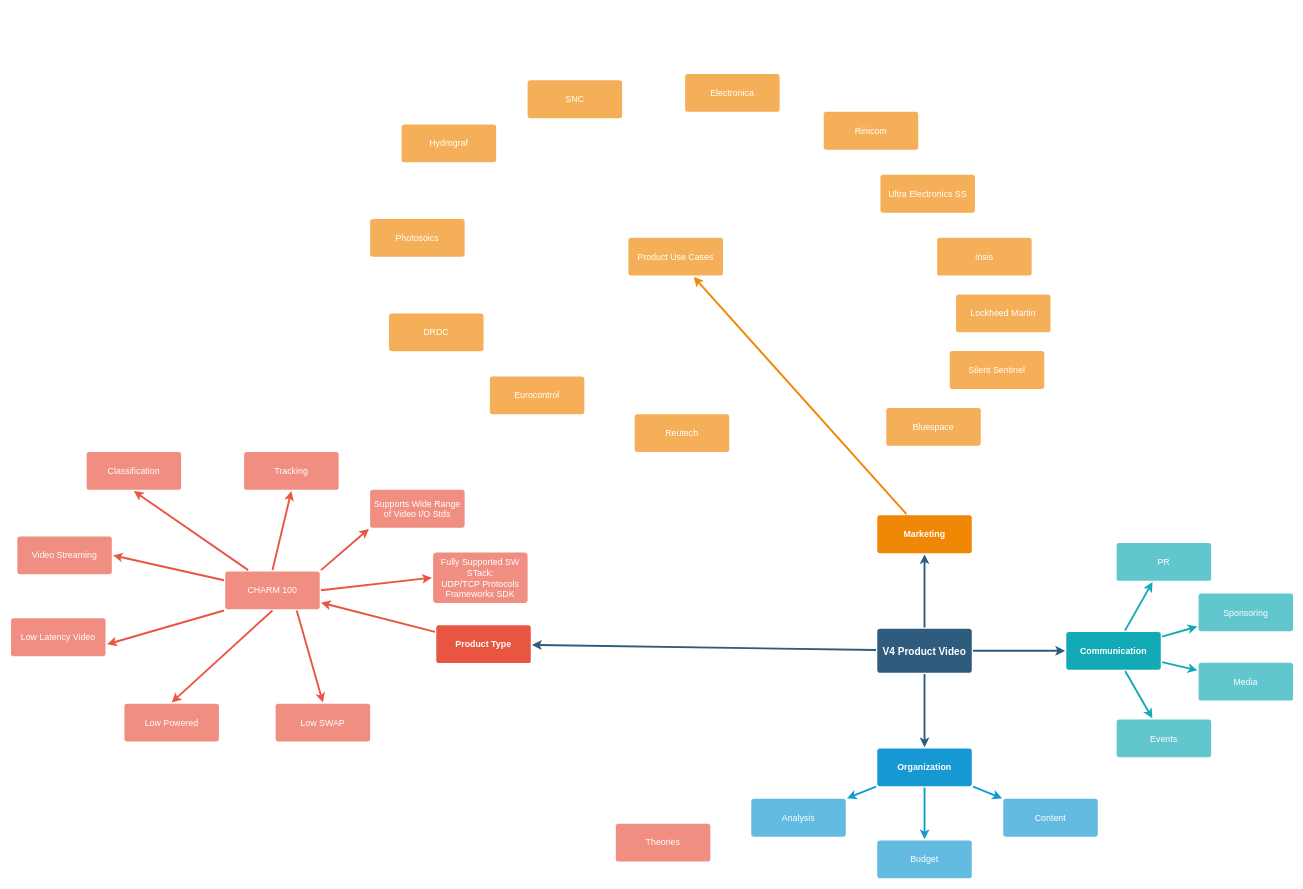
Before: v4_product_video.drawio in mj8ac/hello-world, a draw.io diagram. Source tidied: cells renumbered, new cells numbered last; positions are measured from the earlier drawing's top-left corner, leaving out a move shared by most shapes. Both pictures are drawn from the tidied source at 63%, with x=0, y=0 at pixel (11, 74).
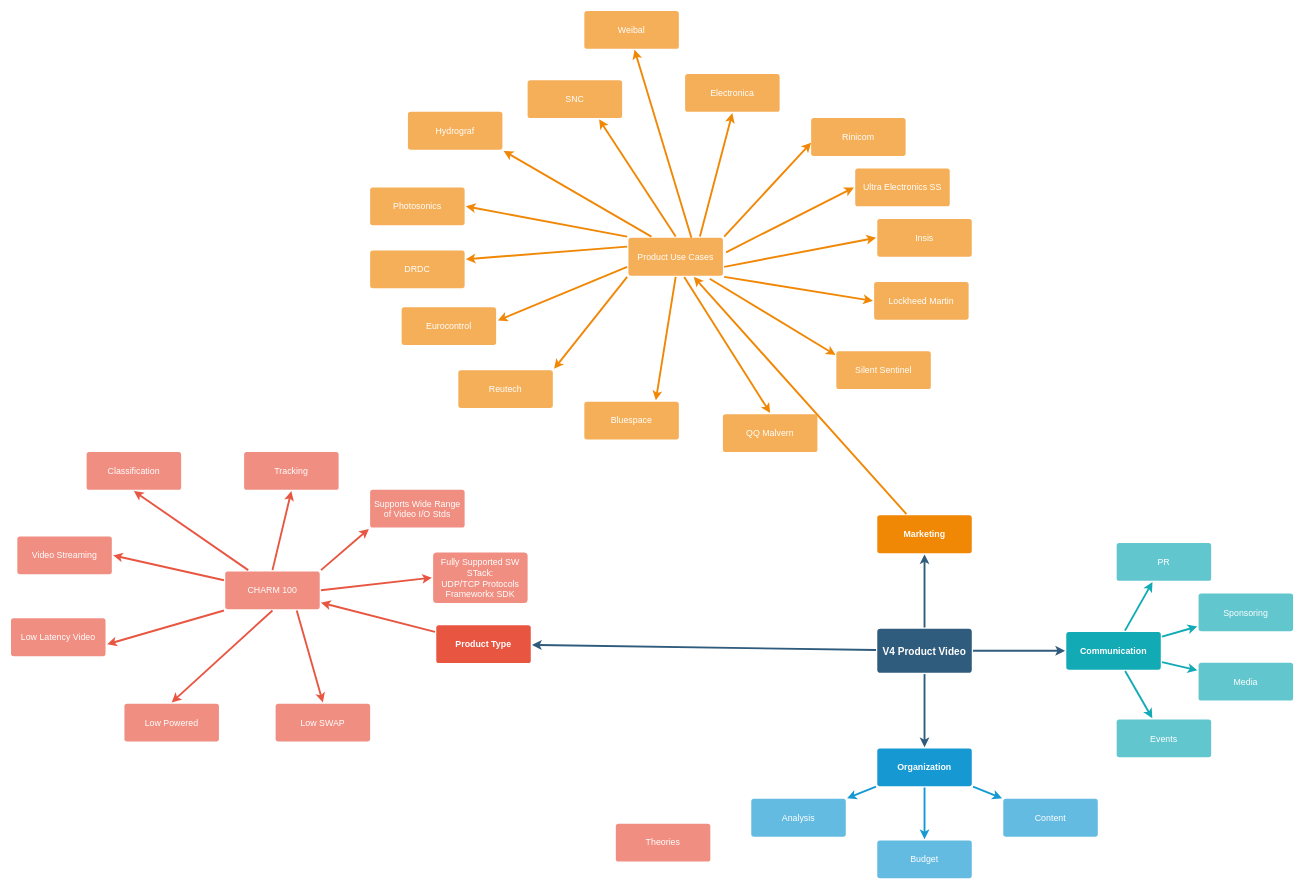
After the change.

The change refers to these unchanged cells:
```xml
<mxCell id="19" value="Product Use Cases" style="rounded=1;whiteSpace=wrap;html=1;shadow=0;labelBackgroundColor=none;strokeColor=none;strokeWidth=3;fillColor=#f5af58;fontFamily=Helvetica;fontSize=14;fontColor=#FFFFFF;align=center;spacing=5;arcSize=7;perimeterSpacing=2;" parent="1" vertex="1">
  <mxGeometry x="980" y="260" width="150" height="60" as="geometry" />
</mxCell>
<mxCell id="46" value="SNC" style="rounded=1;whiteSpace=wrap;html=1;shadow=0;labelBackgroundColor=none;strokeColor=none;strokeWidth=3;fillColor=#f5af58;fontFamily=Helvetica;fontSize=14;fontColor=#FFFFFF;align=center;spacing=5;arcSize=7;perimeterSpacing=2;" parent="1" vertex="1">
  <mxGeometry x="820" y="10" width="150" height="60" as="geometry" />
</mxCell>
<mxCell id="48" value="Electronica" style="rounded=1;whiteSpace=wrap;html=1;shadow=0;labelBackgroundColor=none;strokeColor=none;strokeWidth=3;fillColor=#f5af58;fontFamily=Helvetica;fontSize=14;fontColor=#FFFFFF;align=center;spacing=5;arcSize=7;perimeterSpacing=2;" parent="1" vertex="1">
  <mxGeometry x="1070" width="150" height="60" as="geometry" />
</mxCell>
```

Change to the diagram source:
```diff
@@
     <mxCell id="47" value="Hydrograf" style="rounded=1;whiteSpace=wrap;html=1;shadow=0;labelBackgroundColor=none;strokeColor=none;strokeWidth=3;fillColor=#f5af58;fontFamily=Helvetica;fontSize=14;fontColor=#FFFFFF;align=center;spacing=5;arcSize=7;perimeterSpacing=2;" parent="1" vertex="1">
-      <mxGeometry x="620" y="80" width="150" height="60" as="geometry" />
+      <mxGeometry x="630" y="60" width="150" height="60" as="geometry" />
     </mxCell>
@@
     <mxCell id="49" value="Ultra Electronics SS" style="rounded=1;whiteSpace=wrap;html=1;shadow=0;labelBackgroundColor=none;strokeColor=none;strokeWidth=3;fillColor=#f5af58;fontFamily=Helvetica;fontSize=14;fontColor=#FFFFFF;align=center;spacing=5;arcSize=7;perimeterSpacing=2;" parent="1" vertex="1">
-      <mxGeometry x="1380" y="160" width="150" height="60" as="geometry" />
+      <mxGeometry x="1340" y="150" width="150" height="60" as="geometry" />
     </mxCell>
     <mxCell id="50" value="Insis" style="rounded=1;whiteSpace=wrap;html=1;shadow=0;labelBackgroundColor=none;strokeColor=none;strokeWidth=3;fillColor=#f5af58;fontFamily=Helvetica;fontSize=14;fontColor=#FFFFFF;align=center;spacing=5;arcSize=7;perimeterSpacing=2;" parent="1" vertex="1">
-      <mxGeometry x="1470" y="260" width="150" height="60" as="geometry" />
+      <mxGeometry x="1375" y="230" width="150" height="60" as="geometry" />
     </mxCell>
     <mxCell id="51" value="Lockheed Martin" style="rounded=1;whiteSpace=wrap;html=1;shadow=0;labelBackgroundColor=none;strokeColor=none;strokeWidth=3;fillColor=#f5af58;fontFamily=Helvetica;fontSize=14;fontColor=#FFFFFF;align=center;spacing=5;arcSize=7;perimeterSpacing=2;" parent="1" vertex="1">
-      <mxGeometry x="1500" y="350" width="150" height="60" as="geometry" />
+      <mxGeometry x="1370" y="330" width="150" height="60" as="geometry" />
     </mxCell>
-    <mxCell id="52" value="Photosoics" style="rounded=1;whiteSpace=wrap;html=1;shadow=0;labelBackgroundColor=none;strokeColor=none;strokeWidth=3;fillColor=#f5af58;fontFamily=Helvetica;fontSize=14;fontColor=#FFFFFF;align=center;spacing=5;arcSize=7;perimeterSpacing=2;" parent="1" vertex="1">
-      <mxGeometry x="570" y="230" width="150" height="60" as="geometry" />
+    <mxCell id="52" value="Photosonics" style="rounded=1;whiteSpace=wrap;html=1;shadow=0;labelBackgroundColor=none;strokeColor=none;strokeWidth=3;fillColor=#f5af58;fontFamily=Helvetica;fontSize=14;fontColor=#FFFFFF;align=center;spacing=5;arcSize=7;perimeterSpacing=2;" parent="1" vertex="1">
+      <mxGeometry x="570" y="180" width="150" height="60" as="geometry" />
     </mxCell>
     <mxCell id="53" value="DRDC" style="rounded=1;whiteSpace=wrap;html=1;shadow=0;labelBackgroundColor=none;strokeColor=none;strokeWidth=3;fillColor=#f5af58;fontFamily=Helvetica;fontSize=14;fontColor=#FFFFFF;align=center;spacing=5;arcSize=7;perimeterSpacing=2;" parent="1" vertex="1">
-      <mxGeometry x="600" y="380" width="150" height="60" as="geometry" />
+      <mxGeometry x="570" y="280" width="150" height="60" as="geometry" />
     </mxCell>
     <mxCell id="54" value="Eurocontrol" style="rounded=1;whiteSpace=wrap;html=1;shadow=0;labelBackgroundColor=none;strokeColor=none;strokeWidth=3;fillColor=#f5af58;fontFamily=Helvetica;fontSize=14;fontColor=#FFFFFF;align=center;spacing=5;arcSize=7;perimeterSpacing=2;" parent="1" vertex="1">
-      <mxGeometry x="760" y="480" width="150" height="60" as="geometry" />
+      <mxGeometry x="620" y="370" width="150" height="60" as="geometry" />
     </mxCell>
     <mxCell id="55" value="Reutech" style="rounded=1;whiteSpace=wrap;html=1;shadow=0;labelBackgroundColor=none;strokeColor=none;strokeWidth=3;fillColor=#f5af58;fontFamily=Helvetica;fontSize=14;fontColor=#FFFFFF;align=center;spacing=5;arcSize=7;perimeterSpacing=2;" parent="1" vertex="1">
-      <mxGeometry x="990" y="540" width="150" height="60" as="geometry" />
+      <mxGeometry x="710" y="470" width="150" height="60" as="geometry" />
     </mxCell>
     <mxCell id="56" value="Silent Sentinel" style="rounded=1;whiteSpace=wrap;html=1;shadow=0;labelBackgroundColor=none;strokeColor=none;strokeWidth=3;fillColor=#f5af58;fontFamily=Helvetica;fontSize=14;fontColor=#FFFFFF;align=center;spacing=5;arcSize=7;perimeterSpacing=2;" parent="1" vertex="1">
-      <mxGeometry x="1490" y="439.8" width="150" height="60" as="geometry" />
+      <mxGeometry x="1310" y="440" width="150" height="60" as="geometry" />
     </mxCell>
     <mxCell id="57" value="Rinicom" style="rounded=1;whiteSpace=wrap;html=1;shadow=0;labelBackgroundColor=none;strokeColor=none;strokeWidth=3;fillColor=#f5af58;fontFamily=Helvetica;fontSize=14;fontColor=#FFFFFF;align=center;spacing=5;arcSize=7;perimeterSpacing=2;" parent="1" vertex="1">
-      <mxGeometry x="1290" y="60" width="150" height="60" as="geometry" />
+      <mxGeometry x="1270" y="70" width="150" height="60" as="geometry" />
     </mxCell>
     <mxCell id="58" value="Bluespace" style="rounded=1;whiteSpace=wrap;html=1;shadow=0;labelBackgroundColor=none;strokeColor=none;strokeWidth=3;fillColor=#f5af58;fontFamily=Helvetica;fontSize=14;fontColor=#FFFFFF;align=center;spacing=5;arcSize=7;perimeterSpacing=2;" parent="1" vertex="1">
-      <mxGeometry x="1389.3" y="530" width="150" height="60" as="geometry" />
+      <mxGeometry x="910" y="520" width="150" height="60" as="geometry" />
     </mxCell>
+    <mxCell id="59" style="edgeStyle=none;rounded=0;jumpStyle=none;html=1;shadow=0;labelBackgroundColor=none;startArrow=none;startFill=0;endArrow=classic;endFill=1;jettySize=auto;strokeColor=#F08705;strokeWidth=3;fontFamily=Helvetica;fontSize=14;fontColor=#FFFFFF;spacing=5;exitX=0.5;exitY=1;exitDx=0;exitDy=0;entryX=0.75;entryY=0;entryDx=0;entryDy=0;" parent="1" edge="1" source="19" target="58">
+      <mxGeometry relative="1" as="geometry" />
+    </mxCell>
+    <mxCell id="60" style="edgeStyle=none;rounded=0;jumpStyle=none;html=1;shadow=0;labelBackgroundColor=none;startArrow=none;startFill=0;endArrow=classic;endFill=1;jettySize=auto;strokeColor=#F08705;strokeWidth=3;fontFamily=Helvetica;fontSize=14;fontColor=#FFFFFF;spacing=5;exitX=0;exitY=1;exitDx=0;exitDy=0;entryX=1;entryY=0;entryDx=0;entryDy=0;" parent="1" edge="1" source="19" target="55">
+      <mxGeometry relative="1" as="geometry" />
+    </mxCell>
+    <mxCell id="61" style="edgeStyle=none;rounded=0;jumpStyle=none;html=1;shadow=0;labelBackgroundColor=none;startArrow=none;startFill=0;endArrow=classic;endFill=1;jettySize=auto;strokeColor=#F08705;strokeWidth=3;fontFamily=Helvetica;fontSize=14;fontColor=#FFFFFF;spacing=5;exitX=0;exitY=0.75;exitDx=0;exitDy=0;entryX=1.005;entryY=0.362;entryDx=0;entryDy=0;entryPerimeter=0;" parent="1" edge="1" source="19" target="54">
+      <mxGeometry relative="1" as="geometry" />
+    </mxCell>
+    <mxCell id="62" style="edgeStyle=none;rounded=0;jumpStyle=none;html=1;shadow=0;labelBackgroundColor=none;startArrow=none;startFill=0;endArrow=classic;endFill=1;jettySize=auto;strokeColor=#F08705;strokeWidth=3;fontFamily=Helvetica;fontSize=14;fontColor=#FFFFFF;spacing=5;exitX=0;exitY=0.25;exitDx=0;exitDy=0;entryX=1;entryY=0.25;entryDx=0;entryDy=0;" parent="1" edge="1" source="19" target="53">
+      <mxGeometry relative="1" as="geometry" />
+    </mxCell>
+    <mxCell id="63" style="edgeStyle=none;rounded=0;jumpStyle=none;html=1;shadow=0;labelBackgroundColor=none;startArrow=none;startFill=0;endArrow=classic;endFill=1;jettySize=auto;strokeColor=#F08705;strokeWidth=3;fontFamily=Helvetica;fontSize=14;fontColor=#FFFFFF;spacing=5;exitX=0;exitY=0;exitDx=0;exitDy=0;entryX=1;entryY=0.5;entryDx=0;entryDy=0;" parent="1" edge="1" source="19" target="52">
+      <mxGeometry relative="1" as="geometry" />
+    </mxCell>
+    <mxCell id="64" style="edgeStyle=none;rounded=0;jumpStyle=none;html=1;shadow=0;labelBackgroundColor=none;startArrow=none;startFill=0;endArrow=classic;endFill=1;jettySize=auto;strokeColor=#F08705;strokeWidth=3;fontFamily=Helvetica;fontSize=14;fontColor=#FFFFFF;spacing=5;exitX=0.25;exitY=0;exitDx=0;exitDy=0;entryX=1;entryY=1;entryDx=0;entryDy=0;" parent="1" edge="1" source="19" target="47">
+      <mxGeometry relative="1" as="geometry" />
+    </mxCell>
+    <mxCell id="65" style="edgeStyle=none;rounded=0;jumpStyle=none;html=1;shadow=0;labelBackgroundColor=none;startArrow=none;startFill=0;endArrow=classic;endFill=1;jettySize=auto;strokeColor=#F08705;strokeWidth=3;fontFamily=Helvetica;fontSize=14;fontColor=#FFFFFF;spacing=5;exitX=0.5;exitY=0;exitDx=0;exitDy=0;entryX=0.75;entryY=1;entryDx=0;entryDy=0;" parent="1" edge="1" source="19" target="46">
+      <mxGeometry relative="1" as="geometry" />
+    </mxCell>
+    <mxCell id="66" style="edgeStyle=none;rounded=0;jumpStyle=none;html=1;shadow=0;labelBackgroundColor=none;startArrow=none;startFill=0;endArrow=classic;endFill=1;jettySize=auto;strokeColor=#F08705;strokeWidth=3;fontFamily=Helvetica;fontSize=14;fontColor=#FFFFFF;spacing=5;exitX=0.75;exitY=0;exitDx=0;exitDy=0;entryX=0.5;entryY=1;entryDx=0;entryDy=0;" parent="1" edge="1" source="19" target="48">
+      <mxGeometry relative="1" as="geometry" />
+    </mxCell>
+    <mxCell id="67" style="edgeStyle=none;rounded=0;jumpStyle=none;html=1;shadow=0;labelBackgroundColor=none;startArrow=none;startFill=0;endArrow=classic;endFill=1;jettySize=auto;strokeColor=#F08705;strokeWidth=3;fontFamily=Helvetica;fontSize=14;fontColor=#FFFFFF;spacing=5;exitX=1;exitY=0;exitDx=0;exitDy=0;entryX=0.013;entryY=0.641;entryDx=0;entryDy=0;entryPerimeter=0;" parent="1" edge="1" source="19" target="57">
+      <mxGeometry relative="1" as="geometry" />
+    </mxCell>
+    <mxCell id="68" style="edgeStyle=none;rounded=0;jumpStyle=none;html=1;shadow=0;labelBackgroundColor=none;startArrow=none;startFill=0;endArrow=classic;endFill=1;jettySize=auto;strokeColor=#F08705;strokeWidth=3;fontFamily=Helvetica;fontSize=14;fontColor=#FFFFFF;spacing=5;exitX=1.019;exitY=0.391;exitDx=0;exitDy=0;entryX=0;entryY=0.5;entryDx=0;entryDy=0;exitPerimeter=0;" parent="1" edge="1" source="19" target="49">
+      <mxGeometry relative="1" as="geometry" />
+    </mxCell>
+    <mxCell id="69" style="edgeStyle=none;rounded=0;jumpStyle=none;html=1;shadow=0;labelBackgroundColor=none;startArrow=none;startFill=0;endArrow=classic;endFill=1;jettySize=auto;strokeColor=#F08705;strokeWidth=3;fontFamily=Helvetica;fontSize=14;fontColor=#FFFFFF;spacing=5;exitX=1;exitY=0.75;exitDx=0;exitDy=0;entryX=0;entryY=0.5;entryDx=0;entryDy=0;" parent="1" edge="1" source="19" target="50">
+      <mxGeometry relative="1" as="geometry" />
+    </mxCell>
+    <mxCell id="70" style="edgeStyle=none;rounded=0;jumpStyle=none;html=1;shadow=0;labelBackgroundColor=none;startArrow=none;startFill=0;endArrow=classic;endFill=1;jettySize=auto;strokeColor=#F08705;strokeWidth=3;fontFamily=Helvetica;fontSize=14;fontColor=#FFFFFF;spacing=5;exitX=1;exitY=1;exitDx=0;exitDy=0;entryX=0;entryY=0.5;entryDx=0;entryDy=0;" parent="1" edge="1" source="19" target="51">
+      <mxGeometry relative="1" as="geometry" />
+    </mxCell>
+    <mxCell id="71" style="edgeStyle=none;rounded=0;jumpStyle=none;html=1;shadow=0;labelBackgroundColor=none;startArrow=none;startFill=0;endArrow=classic;endFill=1;jettySize=auto;strokeColor=#F08705;strokeWidth=3;fontFamily=Helvetica;fontSize=14;fontColor=#FFFFFF;spacing=5;exitX=0.851;exitY=1.047;exitDx=0;exitDy=0;entryX=0.006;entryY=0.125;entryDx=0;entryDy=0;exitPerimeter=0;entryPerimeter=0;" parent="1" edge="1" source="19" target="56">
+      <mxGeometry relative="1" as="geometry" />
+    </mxCell>
+    <mxCell id="72" value="QQ Malvern" style="rounded=1;whiteSpace=wrap;html=1;shadow=0;labelBackgroundColor=none;strokeColor=none;strokeWidth=3;fillColor=#f5af58;fontFamily=Helvetica;fontSize=14;fontColor=#FFFFFF;align=center;spacing=5;arcSize=7;perimeterSpacing=2;" parent="1" vertex="1">
+      <mxGeometry x="1130" y="540" width="150" height="60" as="geometry" />
+    </mxCell>
+    <mxCell id="73" style="edgeStyle=none;rounded=0;jumpStyle=none;html=1;shadow=0;labelBackgroundColor=none;startArrow=none;startFill=0;endArrow=classic;endFill=1;jettySize=auto;strokeColor=#F08705;strokeWidth=3;fontFamily=Helvetica;fontSize=14;fontColor=#FFFFFF;spacing=5;exitX=0.588;exitY=1;exitDx=0;exitDy=0;entryX=0.5;entryY=0;entryDx=0;entryDy=0;exitPerimeter=0;" parent="1" edge="1" source="19" target="72">
+      <mxGeometry relative="1" as="geometry" />
+    </mxCell>
+    <mxCell id="74" value="Weibal" style="rounded=1;whiteSpace=wrap;html=1;shadow=0;labelBackgroundColor=none;strokeColor=none;strokeWidth=3;fillColor=#f5af58;fontFamily=Helvetica;fontSize=14;fontColor=#FFFFFF;align=center;spacing=5;arcSize=7;perimeterSpacing=2;" parent="1" vertex="1">
+      <mxGeometry x="910" y="-100" width="150" height="60" as="geometry" />
+    </mxCell>
+    <mxCell id="75" style="edgeStyle=none;rounded=0;jumpStyle=none;html=1;shadow=0;labelBackgroundColor=none;startArrow=none;startFill=0;endArrow=classic;endFill=1;jettySize=auto;strokeColor=#F08705;strokeWidth=3;fontFamily=Helvetica;fontSize=14;fontColor=#FFFFFF;spacing=5;exitX=0.662;exitY=0.031;exitDx=0;exitDy=0;entryX=0.53;entryY=0.991;entryDx=0;entryDy=0;exitPerimeter=0;entryPerimeter=0;" parent="1" edge="1" source="19" target="74">
+      <mxGeometry relative="1" as="geometry" />
+    </mxCell>
```
